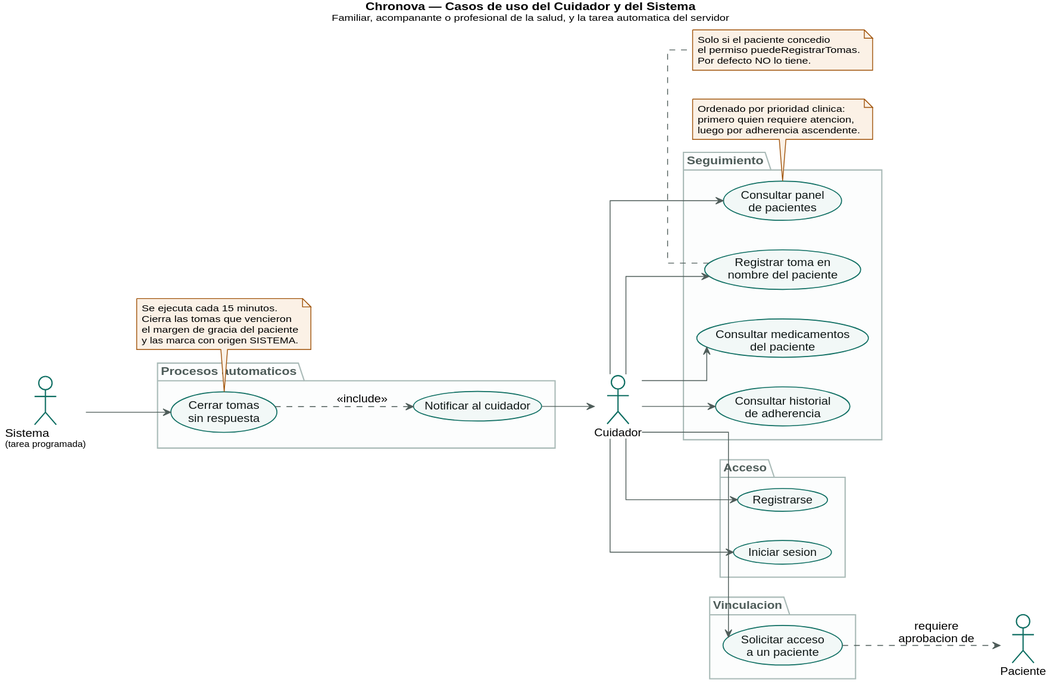
This is docs/diagramas/02-casos-de-uso-cuidador.svg from EmmanuelC06/Chronova, a PlantUML export, as it was before one commit. The source it was exported from:
```plantuml
@startuml casos-de-uso-cuidador

skinparam backgroundColor #FFFFFF
skinparam shadowing false
skinparam defaultFontName Helvetica
skinparam defaultFontSize 13
skinparam linetype ortho

skinparam actor {
  BorderColor #0E6E62
  BackgroundColor #FFFFFF
}
skinparam usecase {
  BorderColor #0E6E62
  BackgroundColor #F2F8F7
  FontColor #101817
  BorderThickness 1.2
}
skinparam package {
  BorderColor #A9BAB7
  BackgroundColor #FCFDFD
  FontColor #4E5C59
  FontStyle bold
}
skinparam note {
  BorderColor #A0530A
  BackgroundColor #FBF1E6
  FontSize 11
}
skinparam ArrowColor #4E5C59

title <b>Chronova — Casos de uso del Cuidador y del Sistema</b>\n<size:11>Familiar, acompanante o profesional de la salud, y la tarea automatica del servidor</size>

left to right direction

actor "Cuidador" as CUI
actor "Sistema\n<size:10>(tarea programada)</size>" as SIS
actor "Paciente" as PAC

package "Acceso" {
  usecase "Registrarse" as UC01
  usecase "Iniciar sesion" as UC02
}

package "Vinculacion" {
  usecase "Solicitar acceso\na un paciente" as UC15
}

package "Seguimiento" {
  usecase "Consultar panel\nde pacientes" as UC19
  usecase "Consultar medicamentos\ndel paciente" as UC06
  usecase "Consultar historial\nde adherencia" as UC14
  usecase "Registrar toma en\nnombre del paciente" as UC11
}

package "Procesos automaticos" {
  usecase "Cerrar tomas\nsin respuesta" as UC20
  usecase "Notificar al cuidador" as UC21
}

CUI --> UC01
CUI --> UC02
CUI --> UC15
CUI --> UC19
CUI --> UC06
CUI --> UC14
CUI --> UC11

SIS --> UC20
UC20 ..> UC21 : <<include>>
UC21 --> CUI

UC15 ..> PAC : requiere\naprobacion de

note bottom of UC19
  Ordenado por prioridad clinica:
  primero quien requiere atencion,
  luego por adherencia ascendente.
end note

note bottom of UC11
  Solo si el paciente concedio
  el permiso puedeRegistrarTomas.
  Por defecto NO lo tiene.
end note

note bottom of UC20
  Se ejecuta cada 15 minutos.
  Cierra las tomas que vencieron
  el margen de gracia del paciente
  y las marca con origen SISTEMA.
end note

@enduml
```
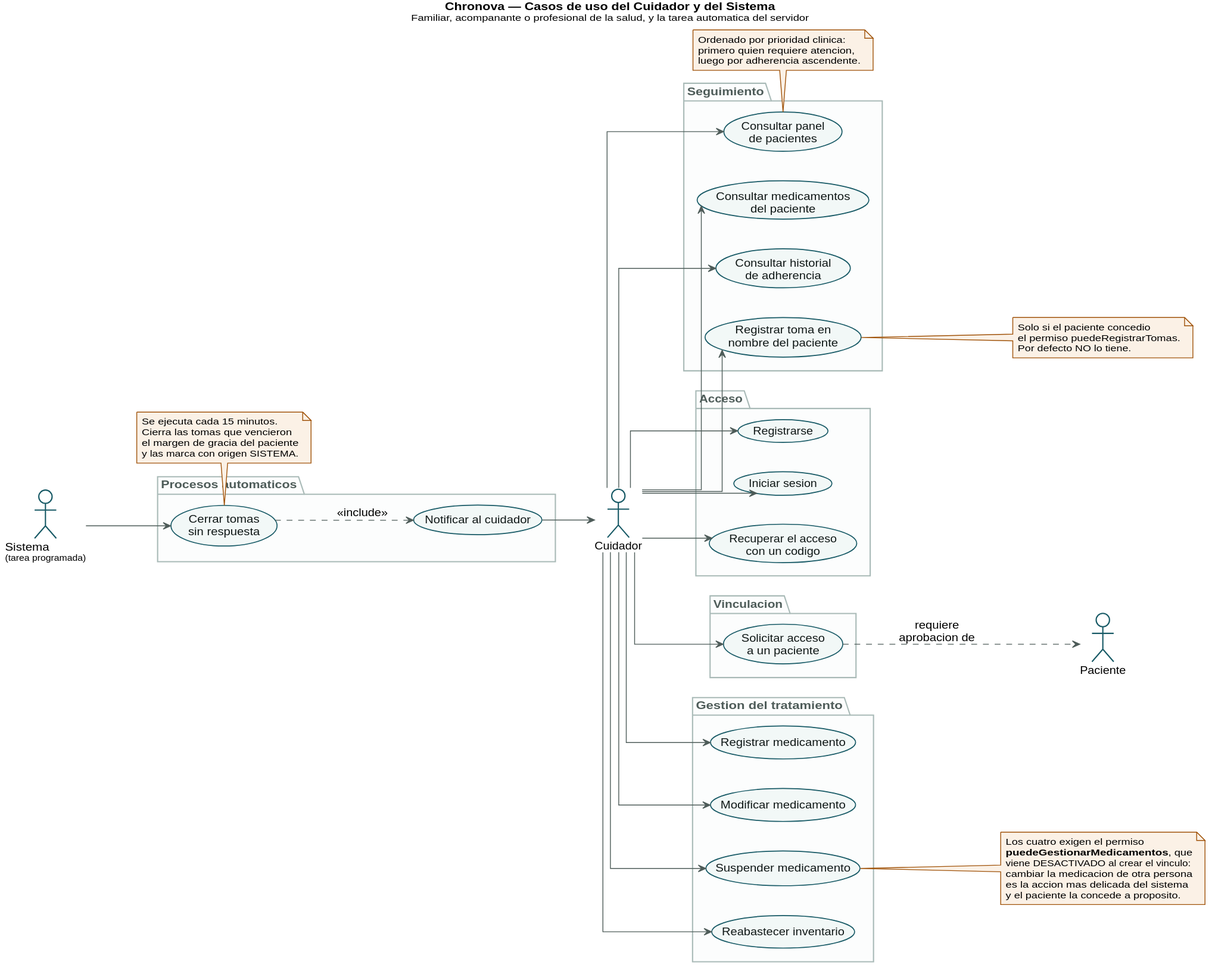
After the change.

What changed in the source:
```diff
@@ -1,4 +1,4 @@
-@startuml casos-de-uso-cuidador
+@startuml 02-casos-de-uso-cuidador
 
 skinparam backgroundColor #FFFFFF
 skinparam shadowing false
@@ -7,11 +7,11 @@
 skinparam linetype ortho
 
 skinparam actor {
-  BorderColor #0E6E62
+  BorderColor #185A66
   BackgroundColor #FFFFFF
 }
 skinparam usecase {
-  BorderColor #0E6E62
+  BorderColor #185A66
   BackgroundColor #F2F8F7
   FontColor #101817
   BorderThickness 1.2
@@ -40,6 +40,7 @@
 package "Acceso" {
   usecase "Registrarse" as UC01
   usecase "Iniciar sesion" as UC02
+  usecase "Recuperar el acceso\ncon un codigo" as UC33
 }
 
 package "Vinculacion" {
@@ -51,6 +52,13 @@
   usecase "Consultar medicamentos\ndel paciente" as UC06
   usecase "Consultar historial\nde adherencia" as UC14
   usecase "Registrar toma en\nnombre del paciente" as UC11
+}
+
+package "Gestion del tratamiento" {
+  usecase "Registrar medicamento" as UC05
+  usecase "Modificar medicamento" as UC07
+  usecase "Suspender medicamento" as UC08
+  usecase "Reabastecer inventario" as UC09
 }
 
 package "Procesos automaticos" {
@@ -65,6 +73,11 @@
 CUI --> UC06
 CUI --> UC14
 CUI --> UC11
+CUI --> UC33
+CUI --> UC05
+CUI --> UC07
+CUI --> UC08
+CUI --> UC09
 
 SIS --> UC20
 UC20 ..> UC21 : <<include>>
@@ -78,10 +91,19 @@
   luego por adherencia ascendente.
 end note
 
-note bottom of UC11
+note right of UC11
   Solo si el paciente concedio
   el permiso puedeRegistrarTomas.
   Por defecto NO lo tiene.
+end note
+
+note right of UC08
+  Los cuatro exigen el permiso
+  <b>puedeGestionarMedicamentos</b>, que
+  viene DESACTIVADO al crear el vinculo:
+  cambiar la medicacion de otra persona
+  es la accion mas delicada del sistema
+  y el paciente la concede a proposito.
 end note
 
 note bottom of UC20
```
